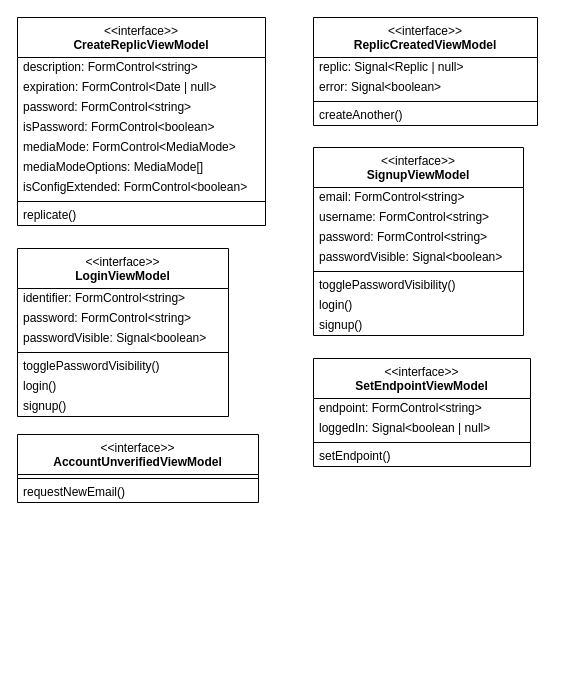
The draw.io diagram content/drawio/class/client/active-viewmodel.drawio in replic-read/design, before the edit. Source tidied: cells renumbered, new cells numbered last; positions are measured from the earlier drawing's top-left corner, leaving out a move shared by most shapes. Both pictures are drawn from the tidied source at 100%, with x=0, y=0 at pixel (17, 17).
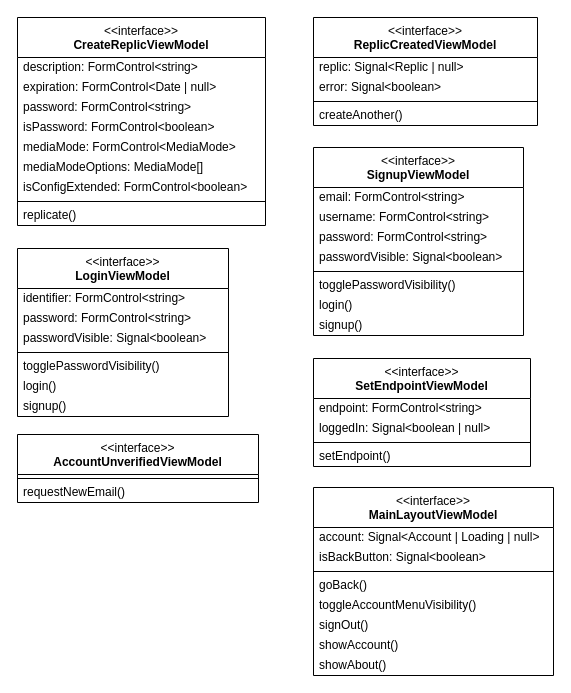
After the change.

Diff of the diagram source:
```diff
@@
+    <mxCell id="42" value="&amp;lt;&amp;lt;interface&amp;gt;&amp;gt;&lt;br&gt;&lt;b&gt;MainLayoutViewModel&lt;/b&gt;" style="swimlane;fontStyle=0;align=center;verticalAlign=top;horizontal=1;startSize=40;html=1;whiteSpace=wrap;" parent="1" vertex="1">
+      <mxGeometry x="296" y="470" width="240" height="188" as="geometry" />
+    </mxCell>
+    <mxCell id="43" value="account: Signal&amp;lt;Account | Loading | null&amp;gt;" style="text;html=1;strokeColor=none;fillColor=none;align=left;verticalAlign=middle;spacingLeft=4;spacingRight=4;overflow=hidden;whiteSpace=wrap;" parent="42" vertex="1">
+      <mxGeometry y="40" width="240" height="20" as="geometry" />
+    </mxCell>
+    <mxCell id="44" value="isBackButton: Signal&amp;lt;boolean&amp;gt;" style="text;html=1;strokeColor=none;fillColor=none;align=left;verticalAlign=middle;spacingLeft=4;spacingRight=4;overflow=hidden;whiteSpace=wrap;" parent="42" vertex="1">
+      <mxGeometry y="60" width="240" height="20" as="geometry" />
+    </mxCell>
+    <mxCell id="45" style="line;strokeWidth=1;fillColor=none;align=left;verticalAlign=middle;spacingTop=-1;spacingLeft=3;spacingRight=3;labelPosition=right;" parent="42" vertex="1">
+      <mxGeometry y="80" width="240" height="8" as="geometry" />
+    </mxCell>
+    <mxCell id="46" value="goBack()" style="text;html=1;strokeColor=none;fillColor=none;align=left;verticalAlign=middle;spacingLeft=4;spacingRight=4;overflow=hidden;whiteSpace=wrap;" parent="42" vertex="1">
+      <mxGeometry y="88" width="240" height="20" as="geometry" />
+    </mxCell>
+    <mxCell id="47" value="toggleAccountMenuVisibility()" style="text;html=1;strokeColor=none;fillColor=none;align=left;verticalAlign=middle;spacingLeft=4;spacingRight=4;overflow=hidden;whiteSpace=wrap;" parent="42" vertex="1">
+      <mxGeometry y="108" width="240" height="20" as="geometry" />
+    </mxCell>
+    <mxCell id="48" value="signOut()" style="text;html=1;strokeColor=none;fillColor=none;align=left;verticalAlign=middle;spacingLeft=4;spacingRight=4;overflow=hidden;whiteSpace=wrap;" parent="42" vertex="1">
+      <mxGeometry y="128" width="240" height="20" as="geometry" />
+    </mxCell>
+    <mxCell id="49" value="showAccount()" style="text;html=1;strokeColor=none;fillColor=none;align=left;verticalAlign=middle;spacingLeft=4;spacingRight=4;overflow=hidden;whiteSpace=wrap;" parent="42" vertex="1">
+      <mxGeometry y="148" width="240" height="20" as="geometry" />
+    </mxCell>
+    <mxCell id="50" value="showAbout()" style="text;html=1;strokeColor=none;fillColor=none;align=left;verticalAlign=middle;spacingLeft=4;spacingRight=4;overflow=hidden;whiteSpace=wrap;" parent="42" vertex="1">
+      <mxGeometry y="168" width="240" height="20" as="geometry" />
+    </mxCell>
```
